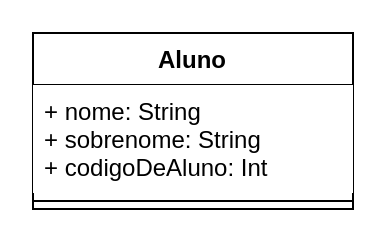
This is uml/parteA.drawio from ItaloJamison/desafioKotlin, a draw.io file, before an edit. Source tidied: cells renumbered, new cells numbered last; positions are measured from the earlier drawing's top-left corner, leaving out a move shared by most shapes. Both pictures are drawn from the tidied source at 200%, with x=0, y=0 at pixel (32, 32).
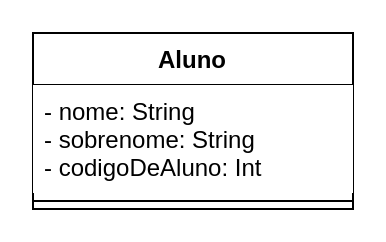
Above is the later version.

Change to the diagram source:
```diff
@@
 <mxGraphModel>
   <root>
-    <mxCell id="0" />
-    <mxCell id="1" parent="0" />
+    <mxCell id="5" />
+    <mxCell id="6" parent="5" />
-    <mxCell id="2" value="Aluno" style="swimlane;fontStyle=1;align=center;verticalAlign=top;horizontal=1;startSize=26;" parent="1" vertex="1">
+    <mxCell id="2" value="Aluno" style="swimlane;fontStyle=1;align=center;verticalAlign=top;horizontal=1;startSize=26;" parent="6" vertex="1">
       <mxGeometry width="160" height="88" as="geometry" />
     </mxCell>
-    <mxCell id="3" value="+ nome: String&#10;+ sobrenome: String&#10;+ codigoDeAluno: Int" style="text;strokeColor=none;align=left;verticalAlign=top;spacingLeft=4;spacingRight=4;overflow=hidden;fillColor=#ffffff;" parent="2" vertex="1">
-      <mxGeometry y="26" width="160" height="54" as="geometry" />
-    </mxCell>
+    <mxCell id="7" value="- nome: String&#10;- sobrenome: String&#10;- codigoDeAluno: Int" style="text;strokeColor=none;align=left;verticalAlign=top;spacingLeft=4;spacingRight=4;overflow=hidden;fillColor=#ffffff;" parent="2" vertex="1">
+      <mxGeometry y="26" width="160" height="54" as="geometry" />
+    </mxCell>
     <mxCell id="4" style="line;strokeWidth=1;fillColor=none;align=left;verticalAlign=middle;spacingTop=-1;spacingLeft=3;spacingRight=3;labelPosition=right;" parent="2" vertex="1">
       <mxGeometry y="80" width="160" height="8" as="geometry" />
     </mxCell>
   </root>
 </mxGraphModel>
```
